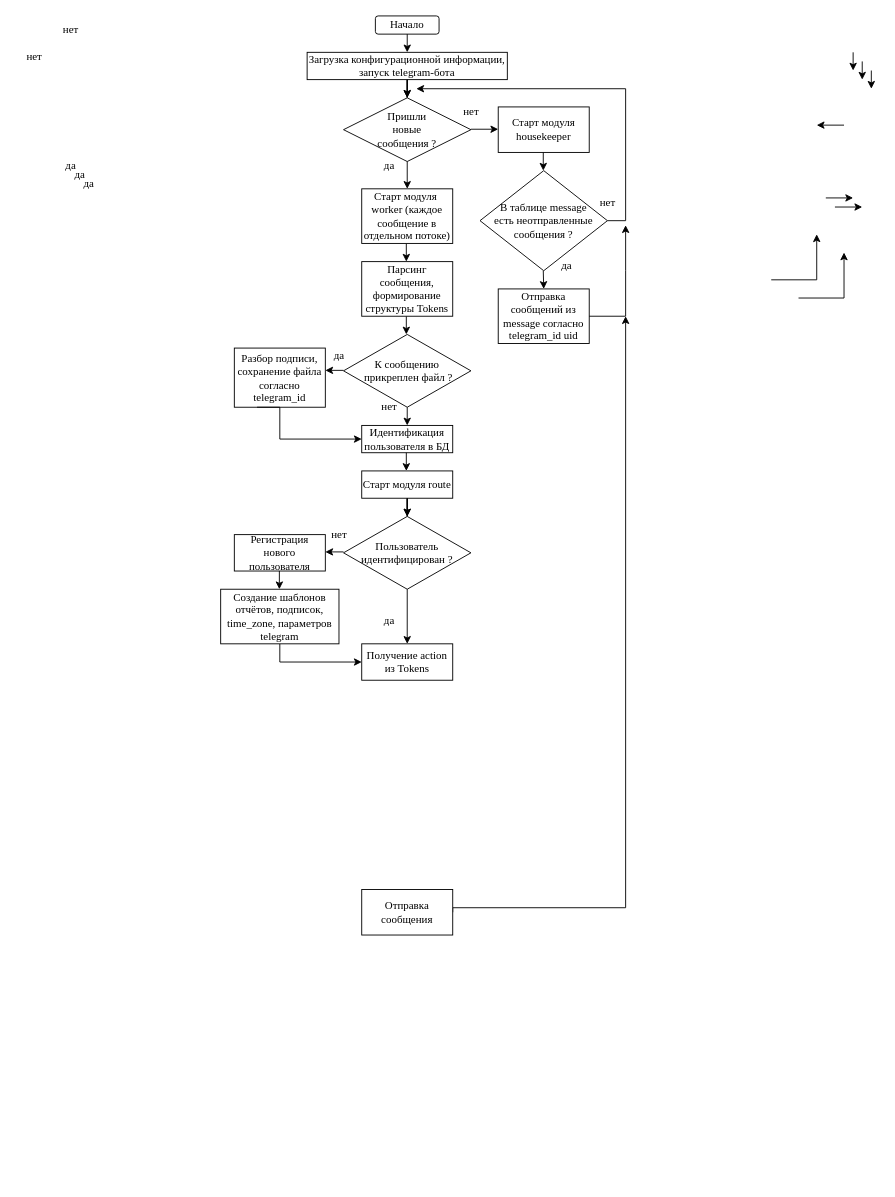
Before: Images/3_3_Алгоритм_ТГ_бот.drawio in ShaoYoung/Diploma, a draw.io diagram. Source tidied: cells renumbered, new cells numbered last; positions are measured from the earlier drawing's top-left corner, leaving out a move shared by most shapes. Both pictures are drawn from the tidied source at 91%, with x=0, y=0 at pixel (15, 15).
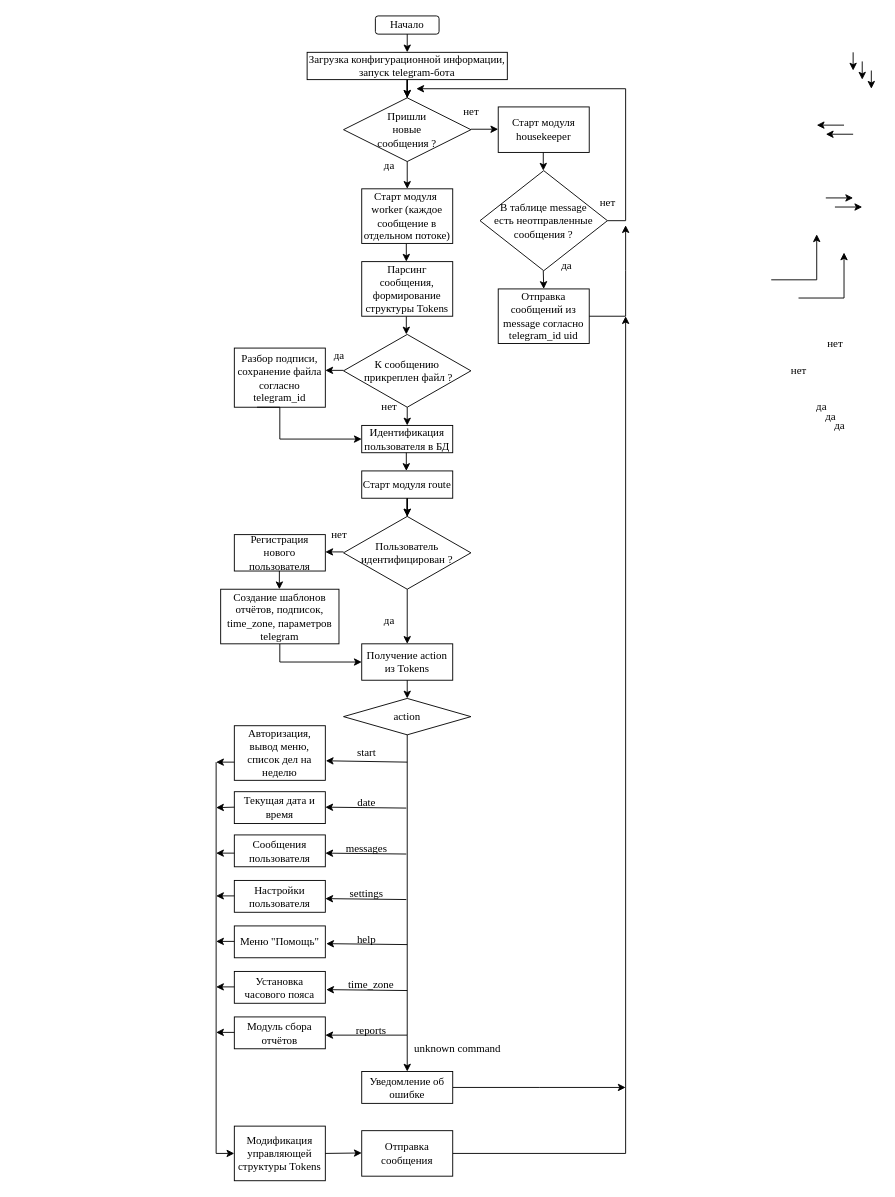
After the change.

What changed in the source:
```diff
@@
     <mxCell id="19" value="&lt;font face=&quot;Times New Roman&quot;&gt;нет&lt;/font&gt;" style="text;html=1;align=center;verticalAlign=middle;strokeColor=none;fillColor=none;" parent="1" vertex="1">
-      <mxGeometry x="40" width="40" height="30" as="geometry" />
+      <mxGeometry x="880" y="345" width="40" height="30" as="geometry" />
     </mxCell>
     <mxCell id="20" value="&lt;font face=&quot;Times New Roman&quot;&gt;нет&lt;/font&gt;" style="text;html=1;align=center;verticalAlign=middle;strokeColor=none;fillColor=none;" parent="1" vertex="1">
-      <mxGeometry y="30" width="40" height="30" as="geometry" />
+      <mxGeometry x="840" y="375" width="40" height="30" as="geometry" />
     </mxCell>
@@
     <mxCell id="23" value="&lt;font face=&quot;Times New Roman&quot;&gt;да&lt;/font&gt;" style="text;html=1;align=center;verticalAlign=middle;strokeColor=none;fillColor=none;" parent="1" vertex="1">
-      <mxGeometry x="45" y="150" width="30" height="30" as="geometry" />
+      <mxGeometry x="870" y="415" width="30" height="30" as="geometry" />
     </mxCell>
@@
     <mxCell id="34" style="edgeStyle=segmentEdgeStyle;endArrow=classic;html=1;curved=0;rounded=0;endSize=6;startSize=6;exitX=1;exitY=0.5;exitDx=0;exitDy=0;" parent="1" edge="1" source="46">
       <mxGeometry relative="1" as="geometry">
         <mxPoint x="670" y="330" as="targetPoint" />
         <Array as="points">
-          <mxPoint x="480" y="980" />
-          <mxPoint x="670" y="980" />
+          <mxPoint x="670" y="1250" />
         </Array>
       </mxGeometry>
     </mxCell>
@@
     <mxCell id="42" value="&lt;font face=&quot;Times New Roman&quot;&gt;да&lt;/font&gt;" style="text;html=1;align=center;verticalAlign=middle;strokeColor=none;fillColor=none;" parent="1" vertex="1">
-      <mxGeometry x="55" y="160" width="30" height="30" as="geometry" />
+      <mxGeometry x="880" y="425" width="30" height="30" as="geometry" />
     </mxCell>
     <mxCell id="43" value="&lt;font face=&quot;Times New Roman&quot;&gt;да&lt;/font&gt;" style="text;html=1;align=center;verticalAlign=middle;strokeColor=none;fillColor=none;" parent="1" vertex="1">
-      <mxGeometry x="65" y="170" width="30" height="30" as="geometry" />
+      <mxGeometry x="890" y="435" width="30" height="30" as="geometry" />
     </mxCell>
@@
     <mxCell id="46" value="&lt;font style=&quot;font-size: 12px;&quot; face=&quot;Times New Roman&quot;&gt;Отправка сообщения&lt;/font&gt;" style="rounded=0;whiteSpace=wrap;html=1;" parent="1" vertex="1">
-      <mxGeometry x="380" y="960" width="100" height="50" as="geometry" />
+      <mxGeometry x="380" y="1225" width="100" height="50" as="geometry" />
     </mxCell>
@@
+    <mxCell id="62" value="&lt;font face=&quot;Times New Roman&quot;&gt;action&lt;/font&gt;" style="rhombus;whiteSpace=wrap;html=1;" parent="1" vertex="1">
+      <mxGeometry x="360" y="750" width="140" height="40" as="geometry" />
+    </mxCell>
+    <mxCell id="63" style="endArrow=classic;html=1;rounded=0;" parent="1" edge="1">
+      <mxGeometry relative="1" as="geometry">
+        <mxPoint x="430" y="730" as="sourcePoint" />
+        <mxPoint x="430" y="750" as="targetPoint" />
+      </mxGeometry>
+    </mxCell>
+    <mxCell id="64" value="&lt;font face=&quot;Times New Roman&quot;&gt;Авторизация, вывод меню, список дел на неделю&lt;/font&gt;" style="rounded=0;whiteSpace=wrap;html=1;" parent="1" vertex="1">
+      <mxGeometry x="240" y="780" width="100" height="60" as="geometry" />
+    </mxCell>
+    <mxCell id="65" value="&lt;font face=&quot;Times New Roman&quot;&gt;start&lt;/font&gt;" style="text;html=1;align=center;verticalAlign=middle;strokeColor=none;fillColor=none;" parent="1" vertex="1">
+      <mxGeometry x="365" y="795" width="40" height="30" as="geometry" />
+    </mxCell>
+    <mxCell id="66" value="&lt;font face=&quot;Times New Roman&quot;&gt;date&lt;/font&gt;" style="text;html=1;align=center;verticalAlign=middle;strokeColor=none;fillColor=none;" parent="1" vertex="1">
+      <mxGeometry x="365" y="850" width="40" height="30" as="geometry" />
+    </mxCell>
+    <mxCell id="67" value="&lt;font face=&quot;Times New Roman&quot;&gt;messages&lt;/font&gt;" style="text;html=1;align=center;verticalAlign=middle;strokeColor=none;fillColor=none;" parent="1" vertex="1">
+      <mxGeometry x="350" y="900" width="70" height="30" as="geometry" />
+    </mxCell>
+    <mxCell id="68" value="&lt;font face=&quot;Times New Roman&quot;&gt;settings&lt;/font&gt;" style="text;html=1;align=center;verticalAlign=middle;strokeColor=none;fillColor=none;" parent="1" vertex="1">
+      <mxGeometry x="355" y="950" width="60" height="30" as="geometry" />
+    </mxCell>
+    <mxCell id="69" value="&lt;font face=&quot;Times New Roman&quot;&gt;help&lt;/font&gt;" style="text;html=1;align=center;verticalAlign=middle;strokeColor=none;fillColor=none;" parent="1" vertex="1">
+      <mxGeometry x="365" y="1000" width="40" height="30" as="geometry" />
+    </mxCell>
+    <mxCell id="70" value="&lt;font face=&quot;Times New Roman&quot;&gt;time_zone&lt;/font&gt;" style="text;html=1;align=center;verticalAlign=middle;strokeColor=none;fillColor=none;" parent="1" vertex="1">
+      <mxGeometry x="355" y="1050" width="70" height="30" as="geometry" />
+    </mxCell>
+    <mxCell id="71" value="&lt;font face=&quot;Times New Roman&quot;&gt;reports&lt;/font&gt;" style="text;html=1;align=center;verticalAlign=middle;strokeColor=none;fillColor=none;" parent="1" vertex="1">
+      <mxGeometry x="360" y="1100" width="60" height="30" as="geometry" />
+    </mxCell>
+    <mxCell id="72" value="&lt;font face=&quot;Times New Roman&quot;&gt;Модификация управляющей структуры Tokens&lt;/font&gt;" style="rounded=0;whiteSpace=wrap;html=1;" parent="1" vertex="1">
+      <mxGeometry x="240" y="1220" width="100" height="60" as="geometry" />
+    </mxCell>
+    <mxCell id="73" value="&lt;font face=&quot;Times New Roman&quot;&gt;Текущая дата и время&lt;/font&gt;" style="rounded=0;whiteSpace=wrap;html=1;" parent="1" vertex="1">
+      <mxGeometry x="240" y="852.5" width="100" height="35" as="geometry" />
+    </mxCell>
+    <mxCell id="74" value="&lt;font face=&quot;Times New Roman&quot;&gt;Сообщения пользователя&lt;/font&gt;" style="rounded=0;whiteSpace=wrap;html=1;" parent="1" vertex="1">
+      <mxGeometry x="240" y="900" width="100" height="35" as="geometry" />
+    </mxCell>
+    <mxCell id="75" value="&lt;font face=&quot;Times New Roman&quot;&gt;Настройки пользователя&lt;/font&gt;" style="rounded=0;whiteSpace=wrap;html=1;" parent="1" vertex="1">
+      <mxGeometry x="240" y="950" width="100" height="35" as="geometry" />
+    </mxCell>
+    <mxCell id="76" value="&lt;font face=&quot;Times New Roman&quot;&gt;Меню &quot;Помощь&quot;&lt;/font&gt;" style="rounded=0;whiteSpace=wrap;html=1;" parent="1" vertex="1">
+      <mxGeometry x="240" y="1000" width="100" height="35" as="geometry" />
+    </mxCell>
+    <mxCell id="77" value="&lt;font face=&quot;Times New Roman&quot;&gt;Установка часового пояса&lt;/font&gt;" style="rounded=0;whiteSpace=wrap;html=1;" parent="1" vertex="1">
+      <mxGeometry x="240" y="1050" width="100" height="35" as="geometry" />
+    </mxCell>
+    <mxCell id="78" value="&lt;font face=&quot;Times New Roman&quot;&gt;Модуль сбора отчётов&lt;/font&gt;" style="rounded=0;whiteSpace=wrap;html=1;" parent="1" vertex="1">
+      <mxGeometry x="240" y="1100" width="100" height="35" as="geometry" />
+    </mxCell>
+    <mxCell id="79" style="endArrow=classic;html=1;rounded=0;entryX=1.005;entryY=0.642;entryDx=0;entryDy=0;entryPerimeter=0;" parent="1" edge="1" target="64">
+      <mxGeometry relative="1" as="geometry">
+        <mxPoint x="430" y="820" as="sourcePoint" />
+      </mxGeometry>
+    </mxCell>
+    <mxCell id="80" style="endArrow=classic;html=1;rounded=0;entryX=1.005;entryY=0.642;entryDx=0;entryDy=0;entryPerimeter=0;" parent="1" edge="1">
+      <mxGeometry relative="1" as="geometry">
+        <mxPoint x="429" y="870.5" as="sourcePoint" />
+        <mxPoint x="340" y="869.5" as="targetPoint" />
+      </mxGeometry>
+    </mxCell>
+    <mxCell id="81" style="endArrow=classic;html=1;rounded=0;entryX=1.005;entryY=0.642;entryDx=0;entryDy=0;entryPerimeter=0;" parent="1" edge="1">
+      <mxGeometry relative="1" as="geometry">
+        <mxPoint x="429" y="921" as="sourcePoint" />
+        <mxPoint x="340" y="920" as="targetPoint" />
+      </mxGeometry>
+    </mxCell>
+    <mxCell id="82" style="endArrow=classic;html=1;rounded=0;entryX=1.005;entryY=0.642;entryDx=0;entryDy=0;entryPerimeter=0;" parent="1" edge="1">
+      <mxGeometry relative="1" as="geometry">
+        <mxPoint x="429" y="971" as="sourcePoint" />
+        <mxPoint x="340" y="970" as="targetPoint" />
+      </mxGeometry>
+    </mxCell>
+    <mxCell id="83" style="endArrow=classic;html=1;rounded=0;entryX=1.005;entryY=0.642;entryDx=0;entryDy=0;entryPerimeter=0;" parent="1" edge="1">
+      <mxGeometry relative="1" as="geometry">
+        <mxPoint x="430" y="1020.5" as="sourcePoint" />
+        <mxPoint x="341" y="1019.5" as="targetPoint" />
+      </mxGeometry>
+    </mxCell>
+    <mxCell id="84" style="endArrow=classic;html=1;rounded=0;entryX=1.005;entryY=0.642;entryDx=0;entryDy=0;entryPerimeter=0;" parent="1" edge="1">
+      <mxGeometry relative="1" as="geometry">
+        <mxPoint x="430" y="1071" as="sourcePoint" />
+        <mxPoint x="341" y="1070" as="targetPoint" />
+      </mxGeometry>
+    </mxCell>
+    <mxCell id="85" style="edgeStyle=segmentEdgeStyle;endArrow=classic;html=1;curved=0;rounded=0;endSize=6;startSize=6;exitX=0.5;exitY=1;exitDx=0;exitDy=0;" parent="1" edge="1" source="62">
+      <mxGeometry relative="1" as="geometry">
+        <mxPoint x="340" y="1120" as="targetPoint" />
+        <Array as="points">
+          <mxPoint x="430" y="1120" />
+        </Array>
+      </mxGeometry>
+    </mxCell>
+    <mxCell id="86" style="endArrow=classic;html=1;rounded=0;" parent="1" edge="1">
+      <mxGeometry relative="1" as="geometry">
+        <mxPoint x="340" y="1250" as="sourcePoint" />
+        <mxPoint x="380" y="1249.5" as="targetPoint" />
+      </mxGeometry>
+    </mxCell>
+    <mxCell id="87" style="endArrow=classic;html=1;rounded=0;" parent="1" edge="1">
+      <mxGeometry relative="1" as="geometry">
+        <mxPoint x="920" y="130" as="sourcePoint" />
+        <mxPoint x="890" y="130" as="targetPoint" />
+      </mxGeometry>
+    </mxCell>
+    <mxCell id="88" style="endArrow=classic;html=1;rounded=0;" parent="1" edge="1">
+      <mxGeometry relative="1" as="geometry">
+        <mxPoint x="240" y="820" as="sourcePoint" />
+        <mxPoint x="220" y="820" as="targetPoint" />
+      </mxGeometry>
+    </mxCell>
+    <mxCell id="89" style="endArrow=classic;html=1;rounded=0;" parent="1" edge="1">
+      <mxGeometry relative="1" as="geometry">
+        <mxPoint x="240" y="1117" as="sourcePoint" />
+        <mxPoint x="220" y="1117" as="targetPoint" />
+      </mxGeometry>
+    </mxCell>
+    <mxCell id="90" style="endArrow=classic;html=1;rounded=0;" parent="1" edge="1">
+      <mxGeometry relative="1" as="geometry">
+        <mxPoint x="240" y="1067" as="sourcePoint" />
+        <mxPoint x="220" y="1067" as="targetPoint" />
+      </mxGeometry>
+    </mxCell>
+    <mxCell id="91" style="endArrow=classic;html=1;rounded=0;" parent="1" edge="1">
+      <mxGeometry relative="1" as="geometry">
+        <mxPoint x="240" y="1017" as="sourcePoint" />
+        <mxPoint x="220" y="1017" as="targetPoint" />
+      </mxGeometry>
+    </mxCell>
+    <mxCell id="92" style="endArrow=classic;html=1;rounded=0;" parent="1" edge="1">
+      <mxGeometry relative="1" as="geometry">
+        <mxPoint x="240" y="967" as="sourcePoint" />
+        <mxPoint x="220" y="967" as="targetPoint" />
+      </mxGeometry>
+    </mxCell>
+    <mxCell id="93" style="endArrow=classic;html=1;rounded=0;" parent="1" edge="1">
+      <mxGeometry relative="1" as="geometry">
+        <mxPoint x="240" y="920" as="sourcePoint" />
+        <mxPoint x="220" y="920" as="targetPoint" />
+      </mxGeometry>
+    </mxCell>
+    <mxCell id="94" style="endArrow=classic;html=1;rounded=0;" parent="1" edge="1">
+      <mxGeometry relative="1" as="geometry">
+        <mxPoint x="240" y="869.5" as="sourcePoint" />
+        <mxPoint x="220" y="870" as="targetPoint" />
+      </mxGeometry>
+    </mxCell>
+    <mxCell id="95" style="edgeStyle=segmentEdgeStyle;endArrow=classic;html=1;curved=0;rounded=0;endSize=6;startSize=6;" parent="1" edge="1">
+      <mxGeometry relative="1" as="geometry">
+        <mxPoint x="220" y="820" as="sourcePoint" />
+        <mxPoint x="240" y="1250" as="targetPoint" />
+        <Array as="points">
+          <mxPoint x="220" y="1250" />
+          <mxPoint x="240" y="1250" />
+        </Array>
+      </mxGeometry>
+    </mxCell>
+    <mxCell id="96" style="edgeStyle=orthogonalEdgeStyle;rounded=0;jettySize=auto;html=1;" parent="1" edge="1" source="97">
+      <mxGeometry relative="1" as="geometry">
+        <mxPoint x="670" y="1177.5" as="targetPoint" />
+      </mxGeometry>
+    </mxCell>
+    <mxCell id="97" value="&lt;font face=&quot;Times New Roman&quot;&gt;Уведомление об ошибке&lt;/font&gt;" style="rounded=0;whiteSpace=wrap;html=1;" parent="1" vertex="1">
+      <mxGeometry x="380" y="1160" width="100" height="35" as="geometry" />
+    </mxCell>
+    <mxCell id="98" style="endArrow=classic;html=1;rounded=0;entryX=0.5;entryY=0;entryDx=0;entryDy=0;" parent="1" edge="1" target="97">
+      <mxGeometry relative="1" as="geometry">
+        <mxPoint x="430" y="1120" as="sourcePoint" />
+      </mxGeometry>
+    </mxCell>
+    <mxCell id="99" value="&lt;font face=&quot;Times New Roman&quot;&gt;unknown command&lt;/font&gt;" style="text;html=1;align=center;verticalAlign=middle;strokeColor=none;fillColor=none;" parent="1" vertex="1">
+      <mxGeometry x="425" y="1120" width="120" height="30" as="geometry" />
+    </mxCell>
```
